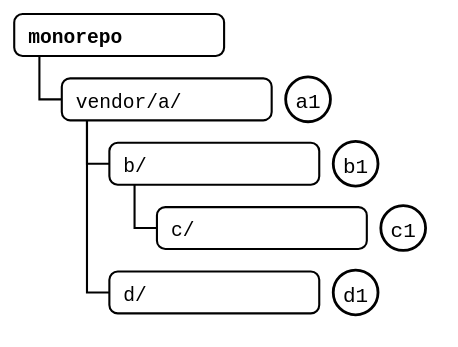
Before: docs/09-scenarios/05-nested-splices/05-recursive-pull/tree-before.drawio.svg, a diagram exported from draw.io (roschaefer/git-splice). Source tidied: cells renumbered, new cells last; positions are measured from the earlier drawing's top-left corner, leaving out a move shared by most shapes.
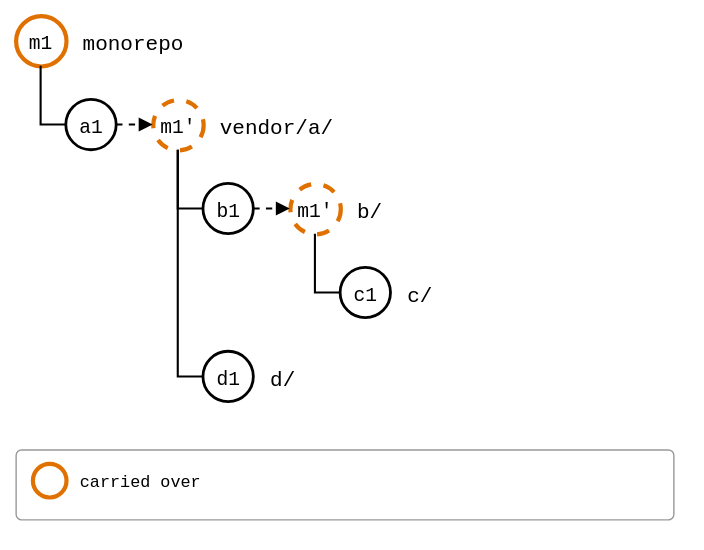
The same file after the commit.

The edit, as a diff of the source:
```diff
@@ -2,44 +2,68 @@
   <root>
     <mxCell id="0" />
     <mxCell id="1" parent="0" />
+    <mxCell id="15" value="m1" style="ellipse;strokeWidth=2;fontSize=14;fontFamily=Roboto Mono,monospace;strokeColor=#E07000;strokeWidth=3;" parent="1" vertex="1">
+      <mxGeometry width="36" height="36" as="geometry" />
+    </mxCell>
-    <mxCell id="2" value="monorepo" style="rounded=1;arcSize=20;strokeWidth=1.5;fontSize=14;align=left;spacingLeft=8;fontFamily=Roboto Mono,monospace;fontStyle=1;" parent="1" vertex="1">
-      <mxGeometry width="150" height="30" as="geometry" />
+    <mxCell id="2" value="monorepo" style="text;align=left;verticalAlign=middle;fontSize=15;fontFamily=Roboto Mono,monospace;tree=1;" parent="1" vertex="1">
+      <mxGeometry x="46" width="192" height="36" as="geometry" />
     </mxCell>
+    <mxCell id="16" value="a1" style="ellipse;strokeWidth=2;fontSize=14;fontFamily=Roboto Mono,monospace;" parent="1" vertex="1">
+      <mxGeometry x="36" y="60" width="36" height="36" as="geometry" />
+    </mxCell>
+    <mxCell id="17" style="endArrow=none;strokeWidth=1.5;edgeStyle=orthogonalEdgeStyle;rounded=0;exitX=0.5;exitY=1;exitDx=0;exitDy=0;entryX=0;entryY=0.5;entryDx=0;entryDy=0;" parent="1" edge="1" source="15" target="16">
+      <mxGeometry relative="1" as="geometry" />
+    </mxCell>
+    <mxCell id="18" value="m1'" style="ellipse;strokeWidth=2;fontSize=14;fontFamily=Roboto Mono,monospace;dashed=1;strokeColor=#E07000;strokeWidth=3;" parent="1" vertex="1">
+      <mxGeometry x="98" y="60" width="36" height="36" as="geometry" />
+    </mxCell>
+    <mxCell id="19" style="endArrow=block;endFill=1;strokeWidth=1.5;dashed=1;" parent="1" edge="1" source="16" target="18">
+      <mxGeometry relative="1" as="geometry" />
+    </mxCell>
-    <mxCell id="3" value="vendor/a/" style="rounded=1;arcSize=20;strokeWidth=1.5;fontSize=14;align=left;spacingLeft=8;fontFamily=Roboto Mono,monospace;" parent="1" vertex="1">
-      <mxGeometry x="34" y="46" width="150" height="30" as="geometry" />
+    <mxCell id="3" value="vendor/a/" style="text;align=left;verticalAlign=middle;fontSize=15;fontFamily=Roboto Mono,monospace;" parent="1" vertex="1">
+      <mxGeometry x="144" y="60" width="201" height="36" as="geometry" />
     </mxCell>
-    <mxCell id="4" style="edgeStyle=orthogonalEdgeStyle;rounded=0;endArrow=none;html=1;strokeWidth=1.5;exitX=0.12;exitY=1;exitDx=0;exitDy=0;entryX=0;entryY=0.5;entryDx=0;entryDy=0;" parent="1" edge="1" source="2" target="3">
-      <mxGeometry relative="1" as="geometry" />
-    </mxCell>
+    <mxCell id="8" value="b1" style="ellipse;strokeWidth=2;fontSize=14;fontFamily=Roboto Mono,monospace;" parent="1" vertex="1">
+      <mxGeometry x="134" y="120" width="36" height="36" as="geometry" />
+    </mxCell>
+    <mxCell id="20" style="endArrow=none;strokeWidth=1.5;edgeStyle=orthogonalEdgeStyle;rounded=0;exitX=0.5;exitY=1;exitDx=0;exitDy=0;entryX=0;entryY=0.5;entryDx=0;entryDy=0;" parent="1" edge="1" source="18" target="8">
+      <mxGeometry relative="1" as="geometry" />
+    </mxCell>
+    <mxCell id="21" value="m1'" style="ellipse;strokeWidth=2;fontSize=14;fontFamily=Roboto Mono,monospace;dashed=1;strokeColor=#E07000;strokeWidth=3;" parent="1" vertex="1">
+      <mxGeometry x="196" y="120" width="36" height="36" as="geometry" />
+    </mxCell>
+    <mxCell id="22" style="endArrow=block;endFill=1;strokeWidth=1.5;dashed=1;" parent="1" edge="1" source="8" target="21">
+      <mxGeometry relative="1" as="geometry" />
+    </mxCell>
+    <mxCell id="6" value="b/" style="text;align=left;verticalAlign=middle;fontSize=15;fontFamily=Roboto Mono,monospace;" parent="1" vertex="1">
+      <mxGeometry x="242" y="120" width="138" height="36" as="geometry" />
+    </mxCell>
+    <mxCell id="11" value="c1" style="ellipse;strokeWidth=2;fontSize=14;fontFamily=Roboto Mono,monospace;" parent="1" vertex="1">
+      <mxGeometry x="232" y="180" width="36" height="36" as="geometry" />
+    </mxCell>
+    <mxCell id="23" style="endArrow=none;strokeWidth=1.5;edgeStyle=orthogonalEdgeStyle;rounded=0;exitX=0.5;exitY=1;exitDx=0;exitDy=0;entryX=0;entryY=0.5;entryDx=0;entryDy=0;" parent="1" edge="1" source="21" target="11">
+      <mxGeometry relative="1" as="geometry" />
+    </mxCell>
+    <mxCell id="9" value="c/" style="text;align=left;verticalAlign=middle;fontSize=15;fontFamily=Roboto Mono,monospace;" parent="1" vertex="1">
+      <mxGeometry x="278" y="180" width="138" height="36" as="geometry" />
+    </mxCell>
+    <mxCell id="14" value="d1" style="ellipse;strokeWidth=2;fontSize=14;fontFamily=Roboto Mono,monospace;" parent="1" vertex="1">
+      <mxGeometry x="134" y="240" width="36" height="36" as="geometry" />
+    </mxCell>
-    <mxCell id="5" value="a1" style="ellipse;strokeWidth=2;fontSize=15;fontFamily=Roboto Mono,monospace;" parent="1" vertex="1">
-      <mxGeometry x="194" y="45" width="32" height="32" as="geometry" />
+    <mxCell id="5" style="endArrow=none;strokeWidth=1.5;edgeStyle=orthogonalEdgeStyle;rounded=0;exitX=0.5;exitY=1;exitDx=0;exitDy=0;entryX=0;entryY=0.5;entryDx=0;entryDy=0;" parent="1" edge="1" source="18" target="14">
+      <mxGeometry relative="1" as="geometry" />
     </mxCell>
-    <mxCell id="6" value="b/" style="rounded=1;arcSize=20;strokeWidth=1.5;fontSize=14;align=left;spacingLeft=8;fontFamily=Roboto Mono,monospace;" parent="1" vertex="1">
-      <mxGeometry x="68" y="92" width="150" height="30" as="geometry" />
-    </mxCell>
-    <mxCell id="7" style="edgeStyle=orthogonalEdgeStyle;rounded=0;endArrow=none;html=1;strokeWidth=1.5;exitX=0.12;exitY=1;exitDx=0;exitDy=0;entryX=0;entryY=0.5;entryDx=0;entryDy=0;" parent="1" edge="1" source="3" target="6">
-      <mxGeometry relative="1" as="geometry" />
-    </mxCell>
-    <mxCell id="8" value="b1" style="ellipse;strokeWidth=2;fontSize=15;fontFamily=Roboto Mono,monospace;" parent="1" vertex="1">
-      <mxGeometry x="228" y="91" width="32" height="32" as="geometry" />
-    </mxCell>
-    <mxCell id="9" value="c/" style="rounded=1;arcSize=20;strokeWidth=1.5;fontSize=14;align=left;spacingLeft=8;fontFamily=Roboto Mono,monospace;" parent="1" vertex="1">
-      <mxGeometry x="102" y="138" width="150" height="30" as="geometry" />
-    </mxCell>
-    <mxCell id="10" style="edgeStyle=orthogonalEdgeStyle;rounded=0;endArrow=none;html=1;strokeWidth=1.5;exitX=0.12;exitY=1;exitDx=0;exitDy=0;entryX=0;entryY=0.5;entryDx=0;entryDy=0;" parent="1" edge="1" source="6" target="9">
-      <mxGeometry relative="1" as="geometry" />
-    </mxCell>
-    <mxCell id="11" value="c1" style="ellipse;strokeWidth=2;fontSize=15;fontFamily=Roboto Mono,monospace;" parent="1" vertex="1">
-      <mxGeometry x="262" y="137" width="32" height="32" as="geometry" />
-    </mxCell>
-    <mxCell id="12" value="d/" style="rounded=1;arcSize=20;strokeWidth=1.5;fontSize=14;align=left;spacingLeft=8;fontFamily=Roboto Mono,monospace;" parent="1" vertex="1">
-      <mxGeometry x="68" y="184" width="150" height="30" as="geometry" />
+    <mxCell id="12" value="d/" style="text;align=left;verticalAlign=middle;fontSize=15;fontFamily=Roboto Mono,monospace;" parent="1" vertex="1">
+      <mxGeometry x="180" y="240" width="138" height="36" as="geometry" />
     </mxCell>
-    <mxCell id="13" style="edgeStyle=orthogonalEdgeStyle;rounded=0;endArrow=none;html=1;strokeWidth=1.5;exitX=0.12;exitY=1;exitDx=0;exitDy=0;entryX=0;entryY=0.5;entryDx=0;entryDy=0;" parent="1" edge="1" source="3" target="12">
-      <mxGeometry relative="1" as="geometry" />
-    </mxCell>
-    <mxCell id="14" value="d1" style="ellipse;strokeWidth=2;fontSize=15;fontFamily=Roboto Mono,monospace;" parent="1" vertex="1">
-      <mxGeometry x="228" y="183" width="32" height="32" as="geometry" />
-    </mxCell>
+    <mxCell id="24" style="rounded=1;arcSize=8;fillColor=none;strokeColor=#999999;strokeWidth=1;legend=1;" parent="1" vertex="1">
+      <mxGeometry y="310" width="470" height="50" as="geometry" />
+    </mxCell>
+    <mxCell id="25" style="ellipse;strokeWidth=2;strokeColor=#E07000;strokeWidth=3;" parent="24" vertex="1">
+      <mxGeometry x="12" y="10" width="24" height="24" as="geometry" />
+    </mxCell>
+    <mxCell id="26" value="carried over" style="text;align=left;verticalAlign=middle;fontSize=12;fontFamily=Roboto Mono,monospace;" parent="24" vertex="1">
+      <mxGeometry x="44" y="8" width="190" height="28" as="geometry" />
+    </mxCell>
   </root>
 </mxGraphModel>
```
